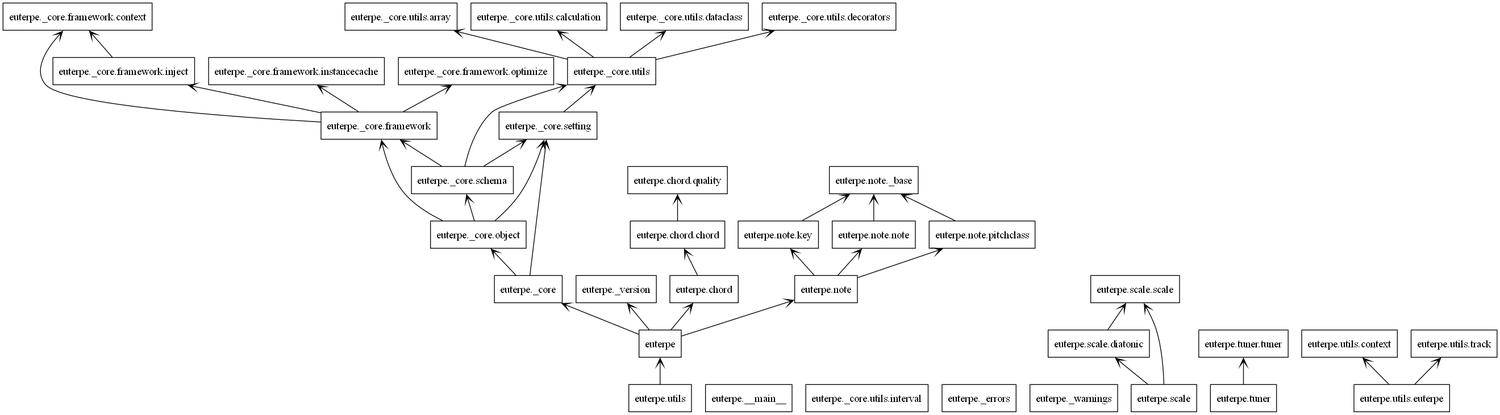
Above: documents/design/class-diagram/packages.png in Oujox/aulos (PlantUML), before the change. Its source is kept beside it as documents/design/class-diagram/packages.puml.
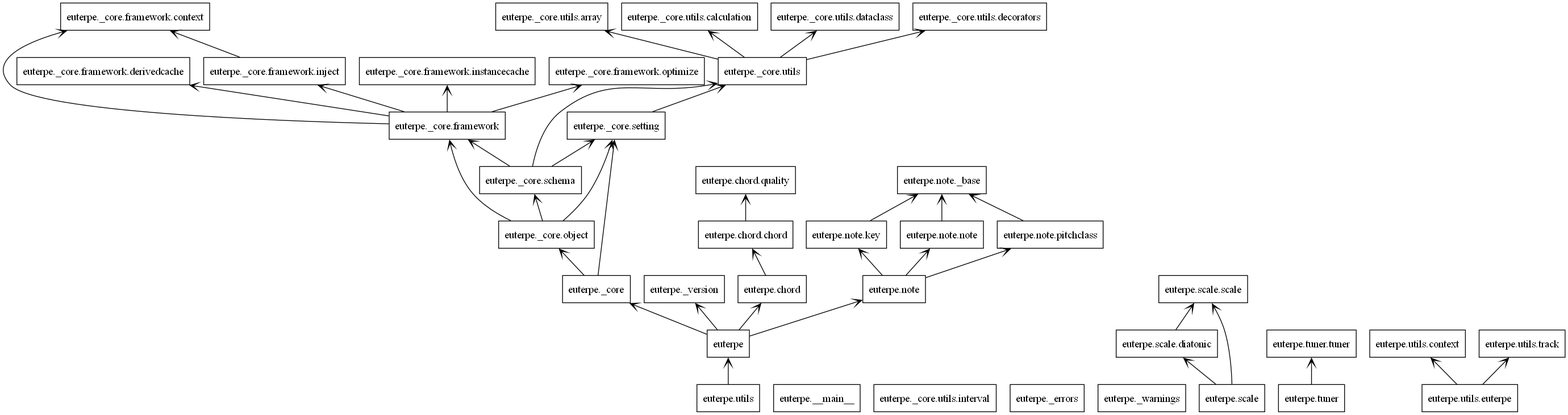
After the commit.

Commit message:
refact chord package

Change to the diagram source:
```diff
@@ -9,6 +9,8 @@
 package "euterpe._core.framework" as euterpe._core.framework {
 }
 package "euterpe._core.framework.context" as euterpe._core.framework.context {
+}
+package "euterpe._core.framework.derivedcache" as euterpe._core.framework.derivedcache {
 }
 package "euterpe._core.framework.inject" as euterpe._core.framework.inject {
 }
@@ -81,6 +83,7 @@
 euterpe._core --> euterpe._core.object
 euterpe._core --> euterpe._core.setting
 euterpe._core.framework --> euterpe._core.framework.context
+euterpe._core.framework --> euterpe._core.framework.derivedcache
 euterpe._core.framework --> euterpe._core.framework.inject
 euterpe._core.framework --> euterpe._core.framework.instancecache
 euterpe._core.framework --> euterpe._core.framework.optimize
```
